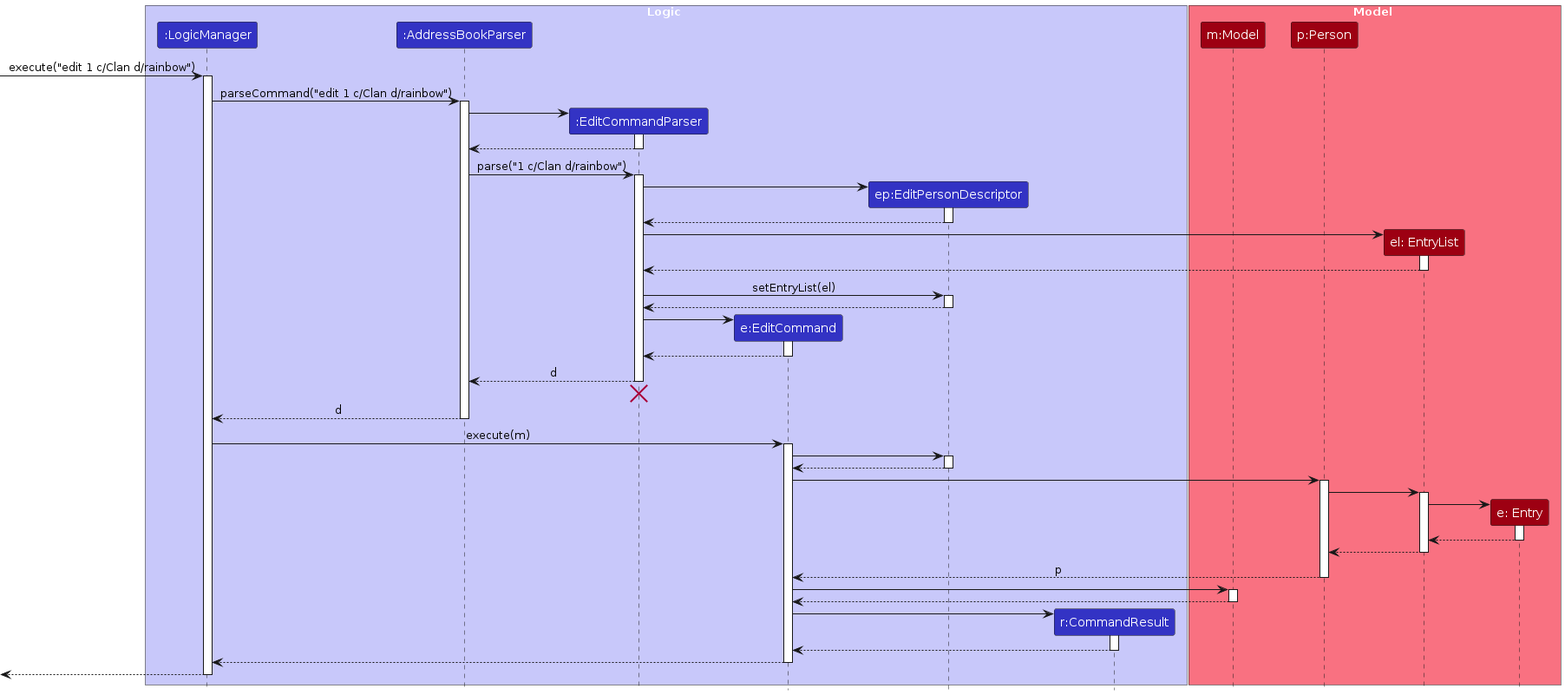
Above: diagrams/EditSequenceDiagram.png in AY2324S2-CS2103T-W13-3/tp (PlantUML), before the change. Its source is kept beside it as diagrams/EditSequenceDiagram.puml.
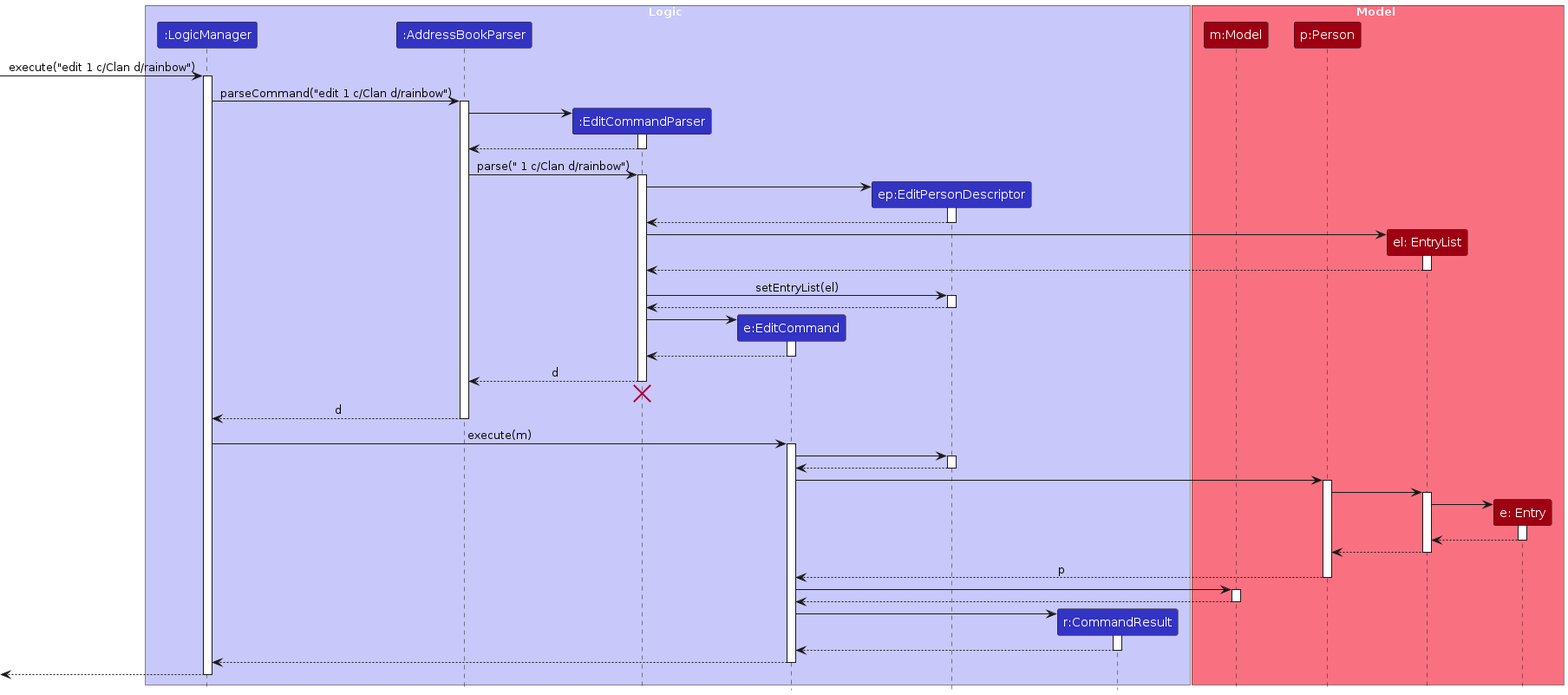
Later version of the same file.

What changed in the source:
```diff
@@ -31,7 +31,7 @@
 EditCommandParser --> AddressBookParser
 deactivate EditCommandParser
 
-AddressBookParser -> EditCommandParser : parse("1 c/Clan d/rainbow")
+AddressBookParser -> EditCommandParser : parse(" 1 c/Clan d/rainbow")
 activate EditCommandParser
 
 create EditPersonDescriptor
```
